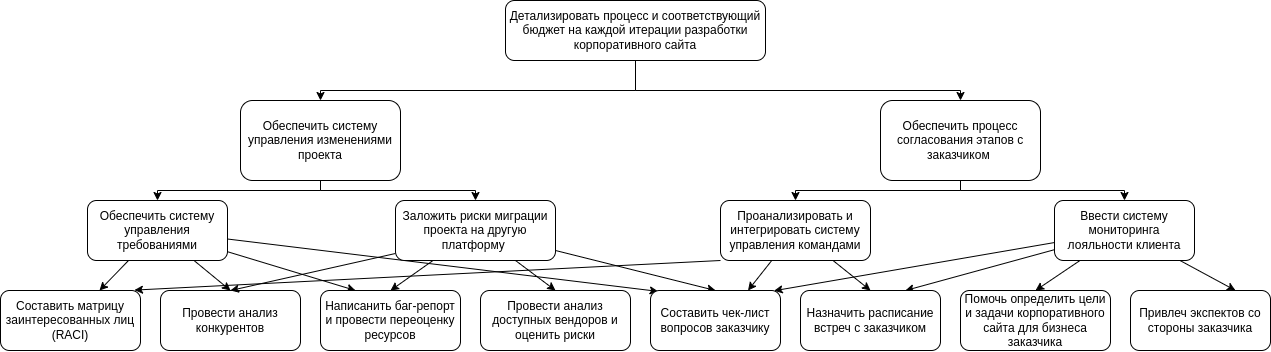
Before: 3 курс/5 семестр/ТСиСА/Курсовая/модели2ч-Дерево целей.drawio.png, a diagram exported from draw.io (Luzinsan/tusur). Source tidied: cells renumbered, new cells last; positions are measured from the earlier drawing's top-left corner, leaving out a move shared by most shapes. Source of this version:
```xml
<mxGraphModel>
  <root>
    <mxCell id="0" />
    <mxCell id="1" parent="0" />
    <mxCell id="2" style="edgeStyle=orthogonalEdgeStyle;rounded=0;jettySize=auto;html=1;entryX=0.5;entryY=0;entryDx=0;entryDy=0;" parent="1" edge="1" source="4" target="7">
      <mxGeometry relative="1" as="geometry">
        <Array as="points">
          <mxPoint x="635" y="90" />
          <mxPoint x="320" y="90" />
        </Array>
      </mxGeometry>
    </mxCell>
    <mxCell id="3" style="edgeStyle=orthogonalEdgeStyle;rounded=0;jettySize=auto;html=1;entryX=0.5;entryY=0;entryDx=0;entryDy=0;" parent="1" edge="1" source="4" target="24">
      <mxGeometry relative="1" as="geometry">
        <Array as="points">
          <mxPoint x="635" y="90" />
          <mxPoint x="960" y="90" />
        </Array>
      </mxGeometry>
    </mxCell>
    <mxCell id="4" value="Детализировать процесс и соответствующий бюджет на каждой итерации разработки корпоративного сайта" style="rounded=1;whiteSpace=wrap;html=1;" parent="1" vertex="1">
      <mxGeometry x="505" width="260" height="60" as="geometry" />
    </mxCell>
    <mxCell id="5" style="edgeStyle=orthogonalEdgeStyle;rounded=0;jettySize=auto;html=1;entryX=0.5;entryY=0;entryDx=0;entryDy=0;" parent="1" edge="1" source="7" target="12">
      <mxGeometry relative="1" as="geometry">
        <Array as="points">
          <mxPoint x="320" y="190" />
          <mxPoint x="157" y="190" />
        </Array>
      </mxGeometry>
    </mxCell>
    <mxCell id="6" style="edgeStyle=orthogonalEdgeStyle;rounded=0;jettySize=auto;html=1;entryX=0.5;entryY=0;entryDx=0;entryDy=0;" parent="1" edge="1" source="7" target="19">
      <mxGeometry relative="1" as="geometry">
        <Array as="points">
          <mxPoint x="320" y="190" />
          <mxPoint x="475" y="190" />
        </Array>
      </mxGeometry>
    </mxCell>
    <mxCell id="7" value="Обеспечить систему управления изменениями проекта" style="rounded=1;whiteSpace=wrap;html=1;" parent="1" vertex="1">
      <mxGeometry x="240" y="100" width="160" height="80" as="geometry" />
    </mxCell>
    <mxCell id="8" style="rounded=0;jettySize=auto;html=1;" parent="1" edge="1" source="12" target="13">
      <mxGeometry relative="1" as="geometry" />
    </mxCell>
    <mxCell id="9" style="edgeStyle=none;rounded=0;jettySize=auto;html=1;entryX=0.5;entryY=0;entryDx=0;entryDy=0;" parent="1" edge="1" source="12" target="14">
      <mxGeometry relative="1" as="geometry" />
    </mxCell>
    <mxCell id="10" style="edgeStyle=none;rounded=0;jettySize=auto;html=1;entryX=0.059;entryY=0.015;entryDx=0;entryDy=0;entryPerimeter=0;" parent="1" edge="1" source="12" target="34">
      <mxGeometry relative="1" as="geometry" />
    </mxCell>
    <mxCell id="11" style="edgeStyle=none;rounded=0;jettySize=auto;html=1;entryX=0.25;entryY=0;entryDx=0;entryDy=0;" parent="1" edge="1" source="12" target="20">
      <mxGeometry relative="1" as="geometry" />
    </mxCell>
    <mxCell id="12" value="Обеспечить систему управления требованиями" style="rounded=1;whiteSpace=wrap;html=1;" parent="1" vertex="1">
      <mxGeometry x="87" y="200" width="140" height="60" as="geometry" />
    </mxCell>
    <mxCell id="13" value="Составить матрицу заинтересованных лиц (RACI)" style="rounded=1;whiteSpace=wrap;html=1;" parent="1" vertex="1">
      <mxGeometry y="290" width="140" height="60" as="geometry" />
    </mxCell>
    <mxCell id="14" value="Провести анализ конкурентов" style="rounded=1;whiteSpace=wrap;html=1;" parent="1" vertex="1">
      <mxGeometry x="160" y="290" width="140" height="60" as="geometry" />
    </mxCell>
    <mxCell id="15" style="edgeStyle=none;rounded=0;jettySize=auto;html=1;entryX=0.5;entryY=0;entryDx=0;entryDy=0;" parent="1" edge="1" source="19" target="20">
      <mxGeometry relative="1" as="geometry" />
    </mxCell>
    <mxCell id="16" style="edgeStyle=none;rounded=0;jettySize=auto;html=1;entryX=0.5;entryY=0;entryDx=0;entryDy=0;exitX=0;exitY=0.883;exitDx=0;exitDy=0;exitPerimeter=0;" parent="1" edge="1" source="19" target="14">
      <mxGeometry relative="1" as="geometry" />
    </mxCell>
    <mxCell id="17" style="edgeStyle=none;rounded=0;jettySize=auto;html=1;entryX=0.5;entryY=0;entryDx=0;entryDy=0;" parent="1" edge="1" source="19" target="34">
      <mxGeometry relative="1" as="geometry" />
    </mxCell>
    <mxCell id="18" style="edgeStyle=none;rounded=0;jettySize=auto;html=1;entryX=0.5;entryY=0;entryDx=0;entryDy=0;" parent="1" edge="1" source="19" target="21">
      <mxGeometry relative="1" as="geometry" />
    </mxCell>
    <mxCell id="19" value="Заложить риски миграции проекта на другую платформу&amp;nbsp;" style="rounded=1;whiteSpace=wrap;html=1;" parent="1" vertex="1">
      <mxGeometry x="395" y="200" width="160" height="60" as="geometry" />
    </mxCell>
    <mxCell id="20" value="Написанить баг-репорт и провести переоценку ресурсов" style="rounded=1;whiteSpace=wrap;html=1;" parent="1" vertex="1">
      <mxGeometry x="320" y="290" width="140" height="60" as="geometry" />
    </mxCell>
    <mxCell id="21" value="Провести анализ доступных вендоров и оценить риски" style="rounded=1;whiteSpace=wrap;html=1;" parent="1" vertex="1">
      <mxGeometry x="480" y="290" width="150" height="60" as="geometry" />
    </mxCell>
    <mxCell id="22" style="edgeStyle=orthogonalEdgeStyle;rounded=0;jettySize=auto;html=1;entryX=0.5;entryY=0;entryDx=0;entryDy=0;" parent="1" edge="1" source="24" target="28">
      <mxGeometry relative="1" as="geometry">
        <Array as="points">
          <mxPoint x="960" y="190" />
          <mxPoint x="795" y="190" />
        </Array>
      </mxGeometry>
    </mxCell>
    <mxCell id="23" style="edgeStyle=orthogonalEdgeStyle;rounded=0;jettySize=auto;html=1;entryX=0.5;entryY=0;entryDx=0;entryDy=0;" parent="1" edge="1" source="24" target="33">
      <mxGeometry relative="1" as="geometry">
        <Array as="points">
          <mxPoint x="960" y="190" />
          <mxPoint x="1124" y="190" />
        </Array>
      </mxGeometry>
    </mxCell>
    <mxCell id="24" value="Обеспечить процесс согласования этапов с заказчиком&amp;nbsp;" style="rounded=1;whiteSpace=wrap;html=1;" parent="1" vertex="1">
      <mxGeometry x="880" y="100" width="160" height="80" as="geometry" />
    </mxCell>
    <mxCell id="25" style="rounded=0;jettySize=auto;html=1;entryX=0.5;entryY=0;entryDx=0;entryDy=0;" parent="1" edge="1" source="28" target="35">
      <mxGeometry relative="1" as="geometry" />
    </mxCell>
    <mxCell id="26" style="edgeStyle=none;rounded=0;jettySize=auto;html=1;entryX=0.957;entryY=-0.007;entryDx=0;entryDy=0;exitX=0;exitY=1;exitDx=0;exitDy=0;entryPerimeter=0;" parent="1" edge="1" source="28" target="13">
      <mxGeometry relative="1" as="geometry" />
    </mxCell>
    <mxCell id="27" style="edgeStyle=none;rounded=0;jettySize=auto;html=1;entryX=0.75;entryY=0;entryDx=0;entryDy=0;" parent="1" edge="1" source="28" target="34">
      <mxGeometry relative="1" as="geometry" />
    </mxCell>
    <mxCell id="28" value="Проанализировать и интегрировать систему управления командами" style="rounded=1;whiteSpace=wrap;html=1;" parent="1" vertex="1">
      <mxGeometry x="720" y="200" width="150" height="60" as="geometry" />
    </mxCell>
    <mxCell id="29" style="edgeStyle=none;rounded=0;jettySize=auto;html=1;entryX=0.75;entryY=0;entryDx=0;entryDy=0;" parent="1" edge="1" source="33" target="37">
      <mxGeometry relative="1" as="geometry" />
    </mxCell>
    <mxCell id="30" style="edgeStyle=none;rounded=0;jettySize=auto;html=1;entryX=0.5;entryY=0;entryDx=0;entryDy=0;" parent="1" edge="1" source="33" target="36">
      <mxGeometry relative="1" as="geometry" />
    </mxCell>
    <mxCell id="31" style="edgeStyle=none;rounded=0;jettySize=auto;html=1;entryX=0.75;entryY=0;entryDx=0;entryDy=0;" parent="1" edge="1" source="33" target="35">
      <mxGeometry relative="1" as="geometry" />
    </mxCell>
    <mxCell id="32" style="edgeStyle=none;rounded=0;jettySize=auto;html=1;entryX=0.951;entryY=0.004;entryDx=0;entryDy=0;entryPerimeter=0;" parent="1" edge="1" source="33" target="34">
      <mxGeometry relative="1" as="geometry" />
    </mxCell>
    <mxCell id="33" value="Ввести систему мониторинга лояльности клиента" style="rounded=1;whiteSpace=wrap;html=1;" parent="1" vertex="1">
      <mxGeometry x="1054" y="200" width="140" height="60" as="geometry" />
    </mxCell>
    <mxCell id="34" value="Составить чек-лист вопросов заказчику" style="rounded=1;whiteSpace=wrap;html=1;" parent="1" vertex="1">
      <mxGeometry x="650" y="290" width="130" height="60" as="geometry" />
    </mxCell>
    <mxCell id="35" value="Назначить расписание встреч с заказчиком" style="rounded=1;whiteSpace=wrap;html=1;" parent="1" vertex="1">
      <mxGeometry x="800" y="290" width="140" height="60" as="geometry" />
    </mxCell>
    <mxCell id="36" value="Помочь определить цели и задачи корпоративного сайта для бизнеса заказчика" style="rounded=1;whiteSpace=wrap;html=1;" parent="1" vertex="1">
      <mxGeometry x="960" y="290" width="150" height="60" as="geometry" />
    </mxCell>
    <mxCell id="37" value="Привлеч экспектов со стороны заказчика" style="rounded=1;whiteSpace=wrap;html=1;" parent="1" vertex="1">
      <mxGeometry x="1130" y="290" width="140" height="60" as="geometry" />
    </mxCell>
  </root>
</mxGraphModel>
```
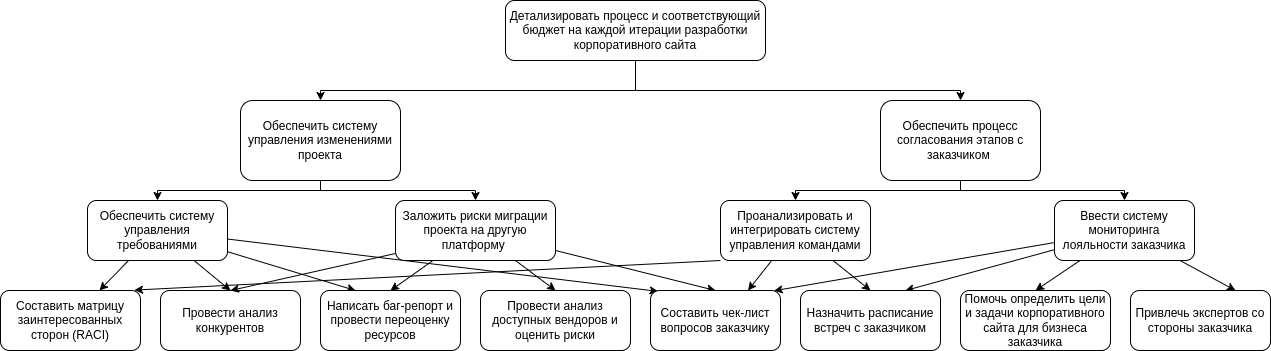
The same diagram one commit later.

Commit message:
ТСиСА (КУрсач) - 3 часть - правки дерева целей - описание дерева

Diff of the diagram source:
```diff
@@ -55,7 +55,7 @@
     <mxCell id="12" value="Обеспечить систему управления требованиями" style="rounded=1;whiteSpace=wrap;html=1;" parent="1" vertex="1">
       <mxGeometry x="87" y="200" width="140" height="60" as="geometry" />
     </mxCell>
-    <mxCell id="13" value="Составить матрицу заинтересованных лиц (RACI)" style="rounded=1;whiteSpace=wrap;html=1;" parent="1" vertex="1">
+    <mxCell id="13" value="Составить матрицу заинтересованных сторон (RACI)" style="rounded=1;whiteSpace=wrap;html=1;" parent="1" vertex="1">
       <mxGeometry y="290" width="140" height="60" as="geometry" />
     </mxCell>
     <mxCell id="14" value="Провести анализ конкурентов" style="rounded=1;whiteSpace=wrap;html=1;" parent="1" vertex="1">
@@ -76,7 +76,7 @@
     <mxCell id="19" value="Заложить риски миграции проекта на другую платформу&amp;nbsp;" style="rounded=1;whiteSpace=wrap;html=1;" parent="1" vertex="1">
       <mxGeometry x="395" y="200" width="160" height="60" as="geometry" />
     </mxCell>
-    <mxCell id="20" value="Написанить баг-репорт и провести переоценку ресурсов" style="rounded=1;whiteSpace=wrap;html=1;" parent="1" vertex="1">
+    <mxCell id="20" value="Написать баг-репорт и провести переоценку ресурсов" style="rounded=1;whiteSpace=wrap;html=1;" parent="1" vertex="1">
       <mxGeometry x="320" y="290" width="140" height="60" as="geometry" />
     </mxCell>
     <mxCell id="21" value="Провести анализ доступных вендоров и оценить риски" style="rounded=1;whiteSpace=wrap;html=1;" parent="1" vertex="1">
@@ -125,7 +125,7 @@
     <mxCell id="32" style="edgeStyle=none;rounded=0;jettySize=auto;html=1;entryX=0.951;entryY=0.004;entryDx=0;entryDy=0;entryPerimeter=0;" parent="1" edge="1" source="33" target="34">
       <mxGeometry relative="1" as="geometry" />
     </mxCell>
-    <mxCell id="33" value="Ввести систему мониторинга лояльности клиента" style="rounded=1;whiteSpace=wrap;html=1;" parent="1" vertex="1">
+    <mxCell id="33" value="Ввести систему мониторинга лояльности заказчика" style="rounded=1;whiteSpace=wrap;html=1;" parent="1" vertex="1">
       <mxGeometry x="1054" y="200" width="140" height="60" as="geometry" />
     </mxCell>
     <mxCell id="34" value="Составить чек-лист вопросов заказчику" style="rounded=1;whiteSpace=wrap;html=1;" parent="1" vertex="1">
@@ -137,7 +137,7 @@
     <mxCell id="36" value="Помочь определить цели и задачи корпоративного сайта для бизнеса заказчика" style="rounded=1;whiteSpace=wrap;html=1;" parent="1" vertex="1">
       <mxGeometry x="960" y="290" width="150" height="60" as="geometry" />
     </mxCell>
-    <mxCell id="37" value="Привлеч экспектов со стороны заказчика" style="rounded=1;whiteSpace=wrap;html=1;" parent="1" vertex="1">
+    <mxCell id="37" value="Привлечь экспертов со стороны заказчика" style="rounded=1;whiteSpace=wrap;html=1;" parent="1" vertex="1">
       <mxGeometry x="1130" y="290" width="140" height="60" as="geometry" />
     </mxCell>
   </root>
```
